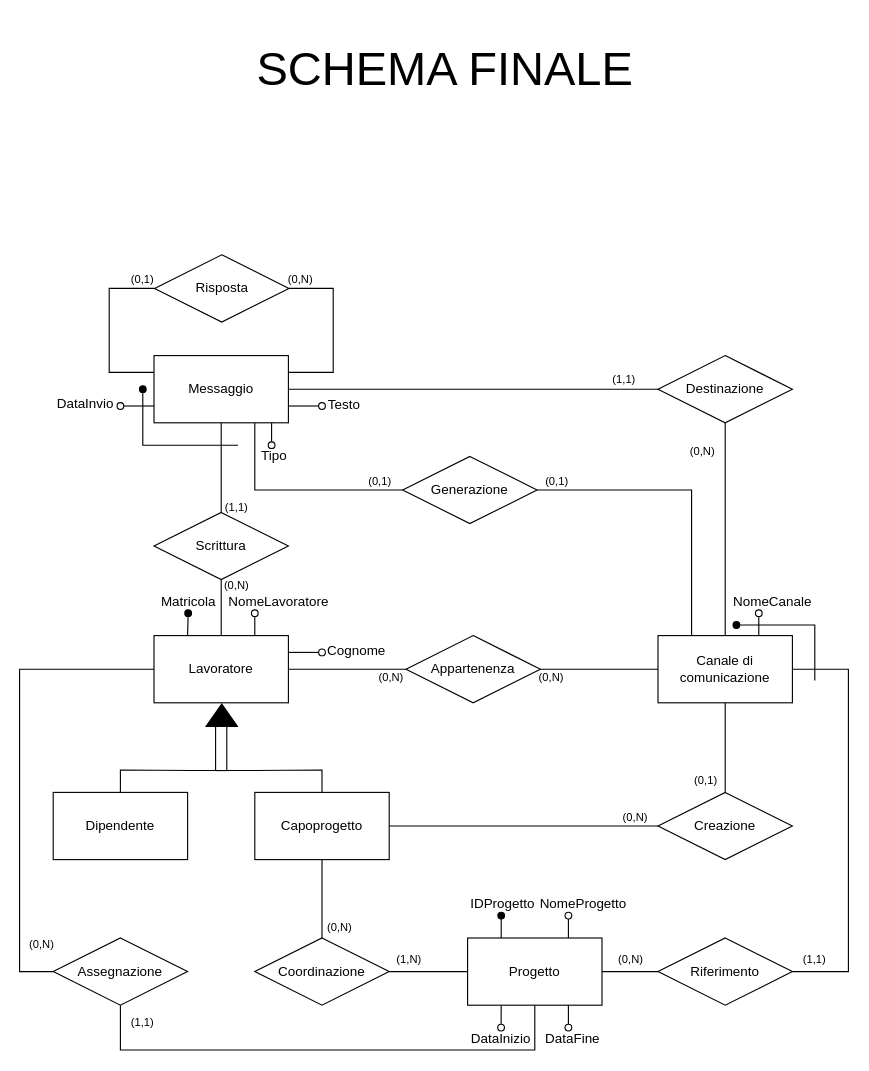
Above: page "schema-finale" (4 of 4) of Relazione/Schema ER/scheletro.drawio in martafra/BD-Chat-Multicanale (draw.io), before the change. Source tidied: cells renumbered, new cells numbered last; positions are measured from the earlier drawing's top-left corner, leaving out a move shared by most shapes. Both pictures are drawn from the tidied source at 112%, with x=0, y=0 at pixel (19, 19).
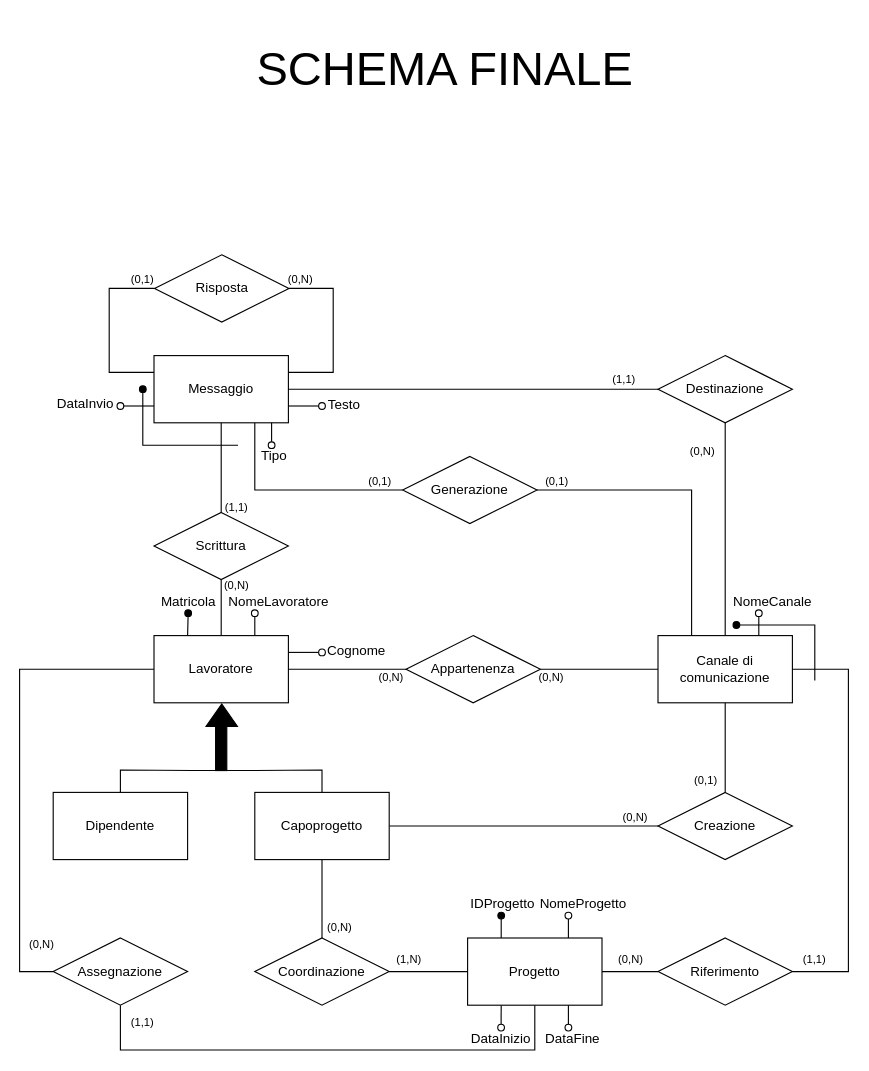
The same page after the edit.

Change to the diagram source:
```diff
@@
-    <mxCell id="29" style="rounded=0;whiteSpace=wrap;html=1;rotation=90;fillColor=none;" parent="1" vertex="1">
+    <mxCell id="29" style="rounded=0;whiteSpace=wrap;html=1;rotation=90;fillColor=#000000;" parent="1" vertex="1">
       <mxGeometry x="160" y="645.5" width="40" height="10" as="geometry" />
     </mxCell>
```
